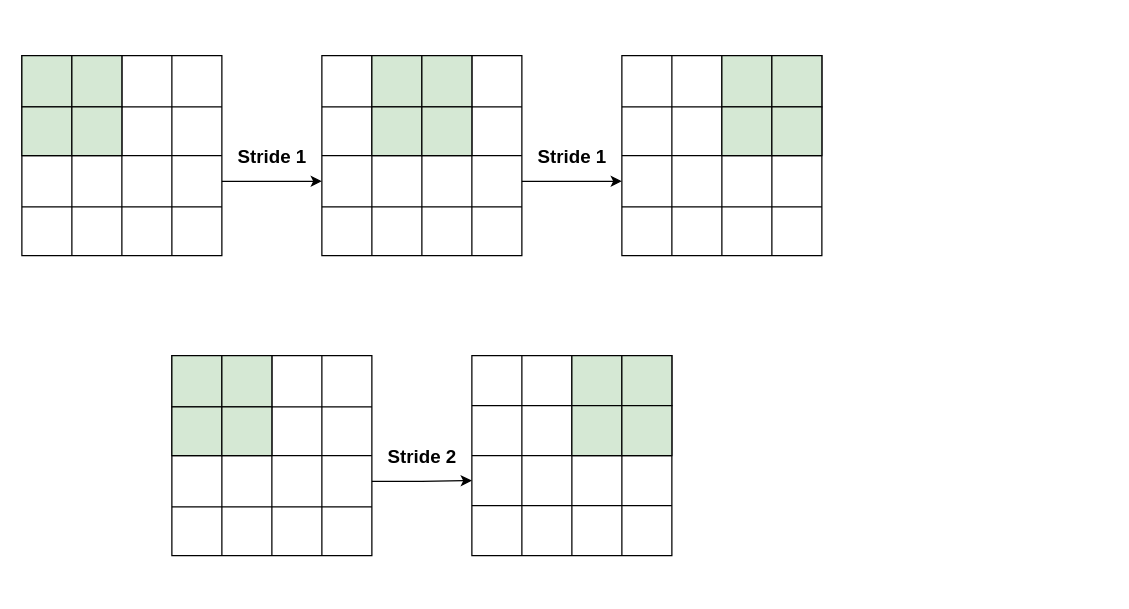
Above: stride.drawio in WenqingXie47/SND (draw.io), before the change. Source tidied: cells renumbered, new cells numbered last; positions are measured from the earlier drawing's top-left corner, leaving out a move shared by most shapes. Both pictures are drawn from the tidied source at 125%, with x=0, y=0 at pixel (21, 55).
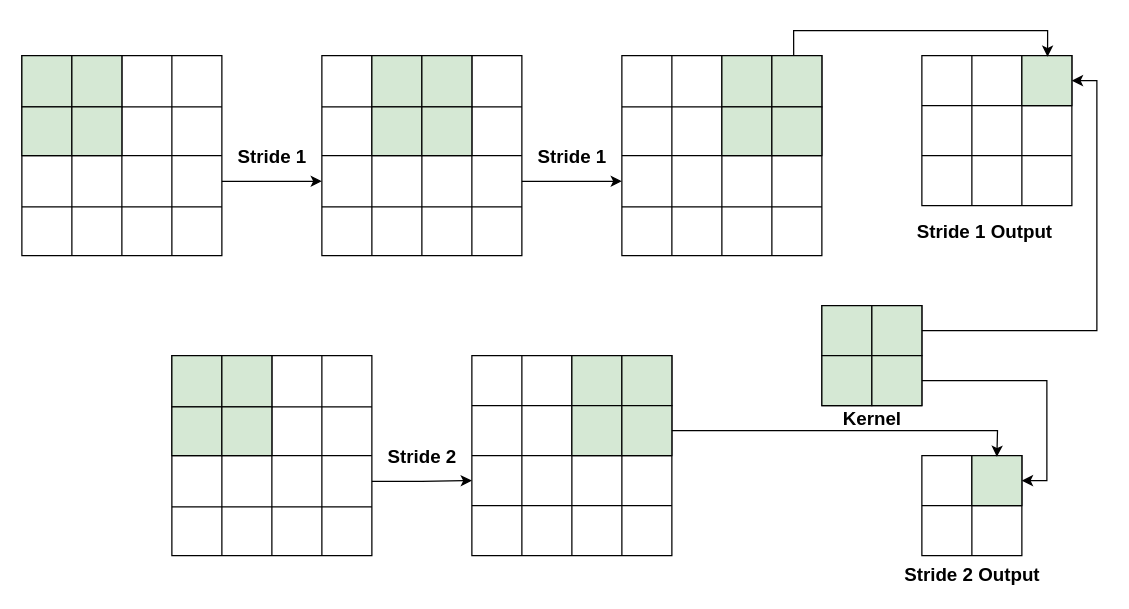
The same page after the edit.

The change refers to these unchanged cells:
```xml
<mxCell id="45" style="shape=partialRectangle;html=1;whiteSpace=wrap;fillColor=none;top=0;left=0;bottom=0;right=0;points=[[0,0.5],[1,0.5]];portConstraint=eastwest;fontStyle=1;fontSize=15;" parent="44" vertex="1">
  <mxGeometry width="160" height="41" as="geometry" />
</mxCell>
<mxCell id="96" style="shape=partialRectangle;html=1;whiteSpace=wrap;fillColor=none;top=0;left=0;bottom=0;right=0;points=[[0,0.5],[1,0.5]];portConstraint=eastwest;fontStyle=1;fontSize=15;" parent="90" vertex="1">
  <mxGeometry y="40" width="160" height="40" as="geometry" />
</mxCell>
```

Diff of the diagram source:
```diff
@@
+    <mxCell id="113" style="shape=table;html=1;whiteSpace=wrap;startSize=0;childLayout=tableLayout;" parent="1" vertex="1">
+      <mxGeometry x="720" width="120" height="120" as="geometry" />
+    </mxCell>
+    <mxCell id="114" style="shape=partialRectangle;html=1;whiteSpace=wrap;fillColor=none;top=0;left=0;bottom=0;right=0;points=[[0,0.5],[1,0.5]];portConstraint=eastwest;" parent="113" vertex="1">
+      <mxGeometry width="120" height="40" as="geometry" />
+    </mxCell>
+    <mxCell id="115" style="shape=partialRectangle;html=1;whiteSpace=wrap;overflow=hidden;fillColor=none;top=0;left=0;bottom=0;right=0;" parent="114" vertex="1">
+      <mxGeometry width="40" height="40" as="geometry" />
+    </mxCell>
+    <mxCell id="116" style="shape=partialRectangle;html=1;whiteSpace=wrap;overflow=hidden;fillColor=none;top=0;left=0;bottom=0;right=0;" parent="114" vertex="1">
+      <mxGeometry x="40" width="40" height="40" as="geometry" />
+    </mxCell>
+    <mxCell id="117" style="shape=partialRectangle;html=1;whiteSpace=wrap;overflow=hidden;fillColor=#d5e8d4;top=1;left=1;bottom=1;right=1;" parent="114" vertex="1">
+      <mxGeometry x="80" width="40" height="40" as="geometry" />
+    </mxCell>
+    <mxCell id="118" style="shape=partialRectangle;html=1;whiteSpace=wrap;fillColor=none;top=0;left=0;bottom=0;right=0;" parent="113" vertex="1">
+      <mxGeometry y="40" width="120" height="40" as="geometry" />
+    </mxCell>
+    <mxCell id="119" style="shape=partialRectangle;html=1;whiteSpace=wrap;overflow=hidden;fillColor=none;top=0;left=0;bottom=0;right=0;" parent="118" vertex="1">
+      <mxGeometry width="40" height="40" as="geometry" />
+    </mxCell>
+    <mxCell id="120" style="shape=partialRectangle;html=1;whiteSpace=wrap;overflow=hidden;fillColor=none;top=0;left=0;bottom=0;right=0;" parent="118" vertex="1">
+      <mxGeometry x="40" width="40" height="40" as="geometry" />
+    </mxCell>
+    <mxCell id="121" style="shape=partialRectangle;html=1;whiteSpace=wrap;overflow=hidden;fillColor=none;top=0;left=0;bottom=0;right=0;" parent="118" vertex="1">
+      <mxGeometry x="80" width="40" height="40" as="geometry" />
+    </mxCell>
+    <mxCell id="122" style="shape=partialRectangle;html=1;whiteSpace=wrap;fillColor=none;top=0;left=0;bottom=0;right=0;" parent="113" vertex="1">
+      <mxGeometry y="80" width="120" height="40" as="geometry" />
+    </mxCell>
+    <mxCell id="123" style="shape=partialRectangle;html=1;whiteSpace=wrap;overflow=hidden;fillColor=none;top=0;left=0;bottom=0;right=0;" parent="122" vertex="1">
+      <mxGeometry width="40" height="40" as="geometry" />
+    </mxCell>
+    <mxCell id="124" style="shape=partialRectangle;html=1;whiteSpace=wrap;overflow=hidden;fillColor=none;top=0;left=0;bottom=0;right=0;" parent="122" vertex="1">
+      <mxGeometry x="40" width="40" height="40" as="geometry" />
+    </mxCell>
+    <mxCell id="125" style="shape=partialRectangle;html=1;whiteSpace=wrap;overflow=hidden;fillColor=none;top=0;left=0;bottom=0;right=0;" parent="122" vertex="1">
+      <mxGeometry x="80" width="40" height="40" as="geometry" />
+    </mxCell>
+    <mxCell id="126" style="shape=table;html=1;whiteSpace=wrap;startSize=0;childLayout=tableLayout;" parent="1" vertex="1">
+      <mxGeometry x="640" y="200" width="80" height="80" as="geometry" />
+    </mxCell>
+    <mxCell id="127" style="shape=partialRectangle;html=1;whiteSpace=wrap;fillColor=none;top=0;left=0;bottom=0;right=0;points=[[0,0.5],[1,0.5]];portConstraint=eastwest;" parent="126" vertex="1">
+      <mxGeometry width="80" height="40" as="geometry" />
+    </mxCell>
+    <mxCell id="128" style="shape=partialRectangle;html=1;whiteSpace=wrap;overflow=hidden;fillColor=#d5e8d4;top=1;left=1;bottom=1;right=1;" parent="127" vertex="1">
+      <mxGeometry width="40" height="40" as="geometry" />
+    </mxCell>
+    <mxCell id="129" style="shape=partialRectangle;html=1;whiteSpace=wrap;overflow=hidden;fillColor=#d5e8d4;top=1;left=1;bottom=1;right=1;" parent="127" vertex="1">
+      <mxGeometry x="40" width="40" height="40" as="geometry" />
+    </mxCell>
+    <mxCell id="130" style="shape=partialRectangle;html=1;whiteSpace=wrap;fillColor=none;top=0;left=0;bottom=0;right=0;points=[[0,0.5],[1,0.5]];portConstraint=eastwest;" parent="126" vertex="1">
+      <mxGeometry y="40" width="80" height="40" as="geometry" />
+    </mxCell>
+    <mxCell id="131" style="shape=partialRectangle;html=1;whiteSpace=wrap;overflow=hidden;fillColor=#d5e8d4;top=1;left=1;bottom=1;right=1;" parent="130" vertex="1">
+      <mxGeometry width="40" height="40" as="geometry" />
+    </mxCell>
+    <mxCell id="132" style="shape=partialRectangle;html=1;whiteSpace=wrap;overflow=hidden;fillColor=#d5e8d4;top=1;left=1;bottom=1;right=1;" parent="130" vertex="1">
+      <mxGeometry x="40" width="40" height="40" as="geometry" />
+    </mxCell>
+    <mxCell id="133" style="shape=table;html=1;whiteSpace=wrap;startSize=0;childLayout=tableLayout;" parent="1" vertex="1">
+      <mxGeometry x="720" y="320" width="80" height="80" as="geometry" />
+    </mxCell>
+    <mxCell id="134" style="shape=partialRectangle;html=1;whiteSpace=wrap;fillColor=none;top=0;left=0;bottom=0;right=0;points=[[0,0.5],[1,0.5]];portConstraint=eastwest;" parent="133" vertex="1">
+      <mxGeometry width="80" height="40" as="geometry" />
+    </mxCell>
+    <mxCell id="135" style="shape=partialRectangle;html=1;whiteSpace=wrap;overflow=hidden;fillColor=none;top=0;left=0;bottom=0;right=0;" parent="134" vertex="1">
+      <mxGeometry width="40" height="40" as="geometry" />
+    </mxCell>
+    <mxCell id="136" style="shape=partialRectangle;html=1;whiteSpace=wrap;overflow=hidden;fillColor=#d5e8d4;top=1;left=1;bottom=1;right=1;" parent="134" vertex="1">
+      <mxGeometry x="40" width="40" height="40" as="geometry" />
+    </mxCell>
+    <mxCell id="137" style="shape=partialRectangle;html=1;whiteSpace=wrap;fillColor=none;top=0;left=0;bottom=0;right=0;" parent="133" vertex="1">
+      <mxGeometry y="40" width="80" height="40" as="geometry" />
+    </mxCell>
+    <mxCell id="138" style="shape=partialRectangle;html=1;whiteSpace=wrap;overflow=hidden;fillColor=none;top=0;left=0;bottom=0;right=0;" parent="137" vertex="1">
+      <mxGeometry width="40" height="40" as="geometry" />
+    </mxCell>
+    <mxCell id="139" style="shape=partialRectangle;html=1;whiteSpace=wrap;overflow=hidden;fillColor=none;top=0;left=0;bottom=0;right=0;" parent="137" vertex="1">
+      <mxGeometry x="40" width="40" height="40" as="geometry" />
+    </mxCell>
+    <mxCell id="140" value="&lt;b&gt;&lt;font style=&quot;font-size: 15px&quot;&gt;Kernel&lt;/font&gt;&lt;/b&gt;" style="text;html=1;align=center;verticalAlign=middle;strokeColor=none;" parent="1" vertex="1">
+      <mxGeometry x="650" y="280" width="60" height="20" as="geometry" />
+    </mxCell>
+    <mxCell id="141" style="edgeStyle=orthogonalEdgeStyle;rounded=0;jettySize=auto;html=1;exitX=0.859;exitY=0;exitDx=0;exitDy=0;entryX=0.838;entryY=0.025;entryDx=0;entryDy=0;entryPerimeter=0;exitPerimeter=0;" parent="1" edge="1" source="45" target="114">
+      <mxGeometry relative="1" as="geometry" />
+    </mxCell>
+    <mxCell id="142" style="edgeStyle=orthogonalEdgeStyle;rounded=0;jettySize=auto;html=1;exitX=1;exitY=0.5;exitDx=0;exitDy=0;entryX=1;entryY=0.5;entryDx=0;entryDy=0;" parent="1" edge="1" source="127" target="114">
+      <mxGeometry relative="1" as="geometry" />
+    </mxCell>
+    <mxCell id="143" value="&lt;b&gt;&lt;font style=&quot;font-size: 15px&quot;&gt;Stride 1 Output&lt;/font&gt;&lt;/b&gt;" style="text;html=1;align=center;verticalAlign=middle;strokeColor=none;" parent="1" vertex="1">
+      <mxGeometry x="710" y="130" width="120" height="20" as="geometry" />
+    </mxCell>
+    <mxCell id="144" value="&lt;b&gt;&lt;font style=&quot;font-size: 15px&quot;&gt;Stride 2 Output&lt;/font&gt;&lt;/b&gt;" style="text;html=1;align=center;verticalAlign=middle;strokeColor=none;" parent="1" vertex="1">
+      <mxGeometry x="700" y="405" width="120" height="20" as="geometry" />
+    </mxCell>
+    <mxCell id="145" style="edgeStyle=orthogonalEdgeStyle;rounded=0;jettySize=auto;html=1;exitX=1;exitY=0.5;exitDx=0;exitDy=0;" parent="1" edge="1" source="96">
+      <mxGeometry relative="1" as="geometry">
+        <mxPoint x="780" y="321" as="targetPoint" />
+      </mxGeometry>
+    </mxCell>
+    <mxCell id="146" style="edgeStyle=orthogonalEdgeStyle;rounded=0;jettySize=auto;html=1;exitX=1;exitY=0.5;exitDx=0;exitDy=0;entryX=1;entryY=0.5;entryDx=0;entryDy=0;" parent="1" edge="1" source="130" target="134">
+      <mxGeometry relative="1" as="geometry" />
+    </mxCell>
```
